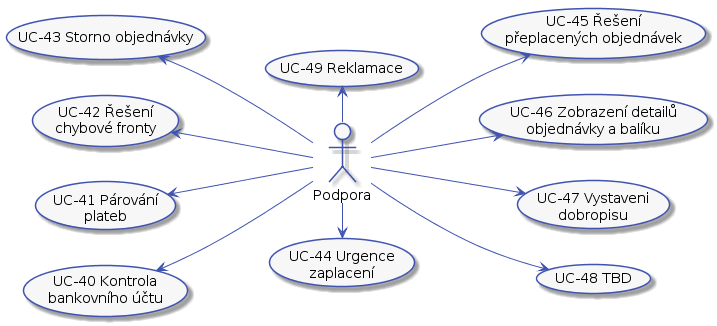
This is docs/diagrams/out/ucs-support.png from Internet-Handel/postman, a PlantUML export, as it was before one commit.
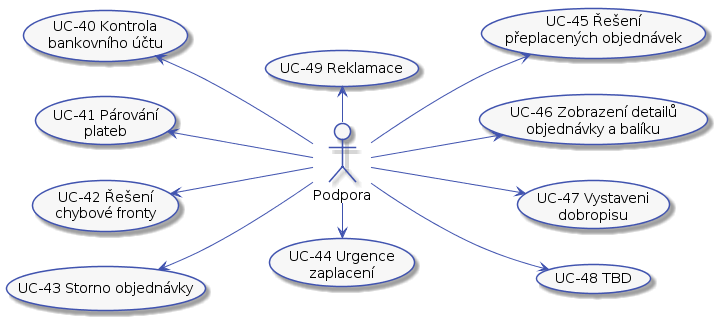
The same diagram one commit later.

What changed in the source:
```diff
@@ -7,6 +7,8 @@
     ArrowColor #4053AF
     FontName Roboto
     BackgroundColor #F7F7F7
+    StartColor #4053AF
+    EndColor #4053AF
 }
 
 skinparam activityDiamond {
@@ -42,6 +44,11 @@
     ParticipantBackgroundColor #F7F7F7
 }
 
+skinparam note {
+    BorderColor #4053AF
+    BackgroundColor #F7F7F7
+}
+
 left to right direction
 
 actor :Podpora: as support
@@ -57,10 +64,10 @@
 (UC-48 TBD) as (UC-48)
 (UC-49 Reklamace) as (UC-49)
 
+support -up-> (UC-43)
+support -up-> (UC-42)
+support -up-> (UC-41)
 support -up-> (UC-40)
-support -up-> (UC-41)
-support -up-> (UC-42)
-support -up-> (UC-43)
 support -right-> (UC-44)
 support -down-> (UC-45)
 support -down-> (UC-46)
```
